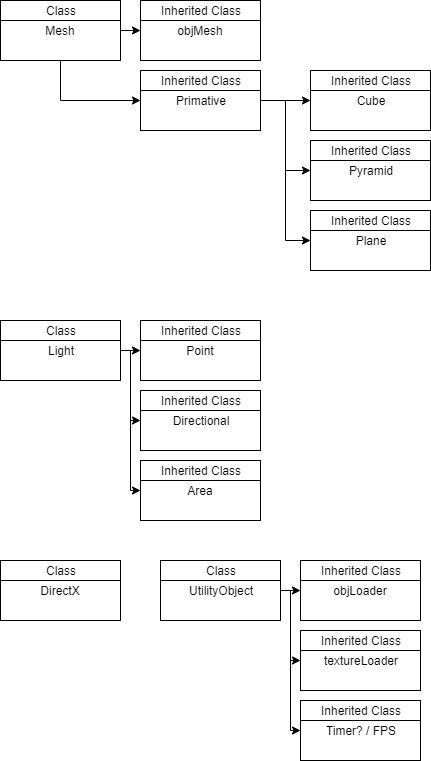
lukewhitingdev/PandaEngine keeps this draw.io diagram as refactoring plan.png. Above is the earlier version. Source tidied: cells renumbered, new cells last; positions are measured from the earlier drawing's top-left corner, leaving out a move shared by most shapes.
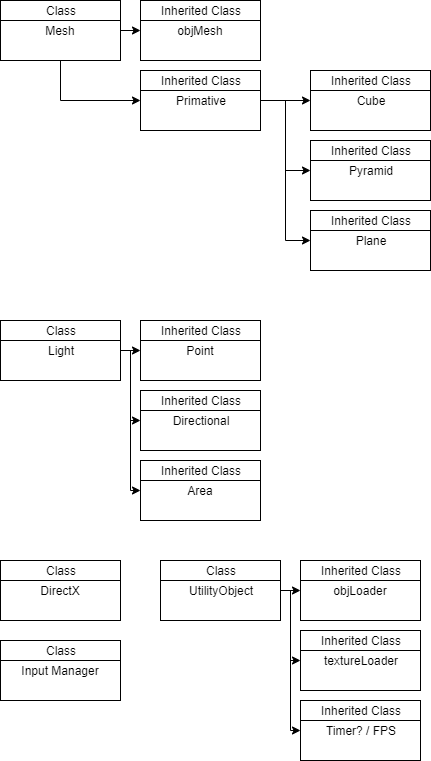
Later version of the same file.

Commit message:
Updated refactoring plan

What changed in the source:
```diff
@@ -190,5 +190,14 @@
         </Array>
       </mxGeometry>
     </mxCell>
+    <mxCell id="58" style="group;" parent="1" vertex="1">
+      <mxGeometry y="640" width="120" height="60" as="geometry" />
+    </mxCell>
+    <mxCell id="59" value="Input Manager" style="rounded=0;whiteSpace=wrap;html=1;" parent="58" vertex="1">
+      <mxGeometry width="120" height="60" as="geometry" />
+    </mxCell>
+    <mxCell id="60" value="Class" style="rounded=0;whiteSpace=wrap;html=1;" parent="58" vertex="1">
+      <mxGeometry width="120" height="20" as="geometry" />
+    </mxCell>
   </root>
 </mxGraphModel>
```
